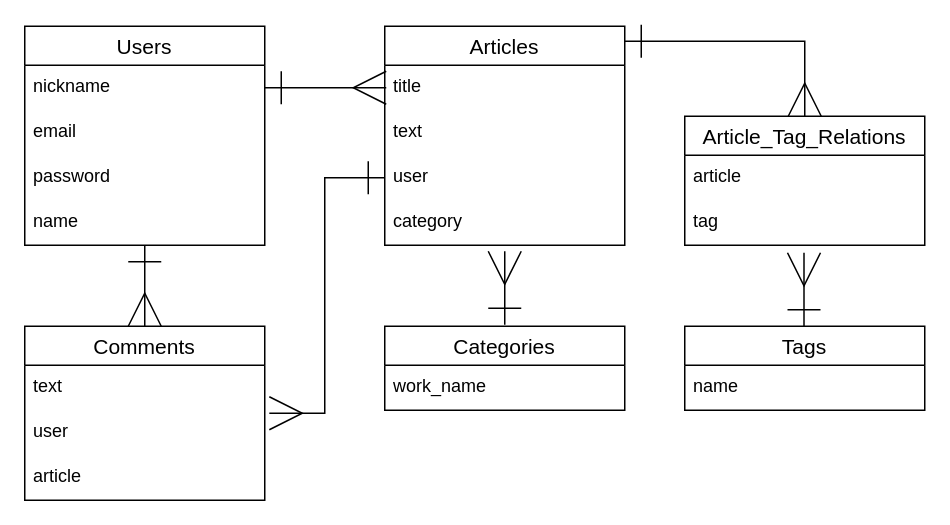
hminegishi/work-improvement keeps this draw.io diagram as ER.dio. Above is the earlier version. Source tidied: cells renumbered, new cells numbered last; positions are measured from the earlier drawing's top-left corner, leaving out a move shared by most shapes. Both pictures are drawn from the tidied source at 150%, with x=0, y=0 at pixel (24, 26).
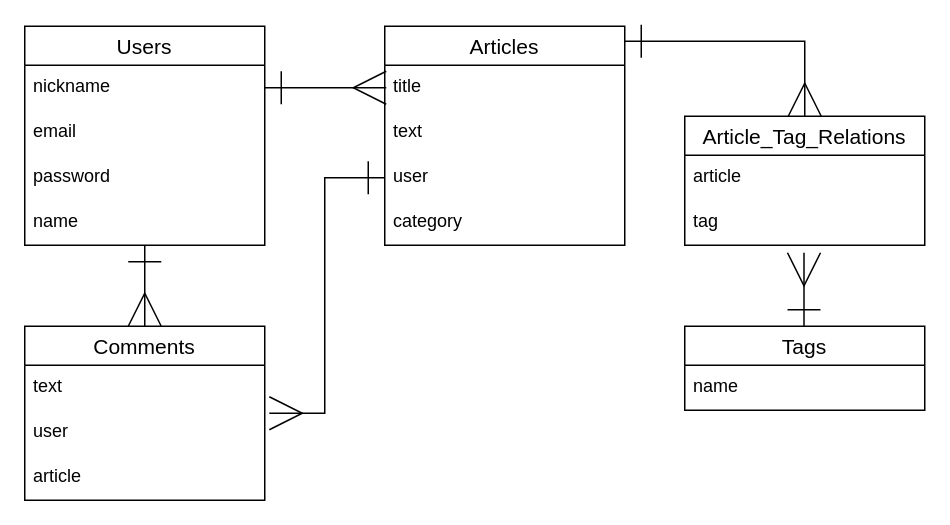
After the change.

What changed in the source:
```diff
@@
-    <mxCell id="19" value="Categories" style="swimlane;fontStyle=0;horizontal=1;startSize=26;align=center;fontSize=14;" parent="1" vertex="1">
-      <mxGeometry x="240" y="200" width="160" height="56" as="geometry" />
-    </mxCell>
-    <mxCell id="20" style="edgeStyle=none;rounded=0;orthogonalLoop=1;jettySize=auto;html=1;startArrow=ERone;startFill=0;endArrow=ERmany;endFill=0;jumpSize=6;endSize=20;startSize=20;" parent="19" edge="1">
-      <mxGeometry relative="1" as="geometry">
-        <mxPoint x="80" y="-1" as="sourcePoint" />
-        <mxPoint x="80" y="-50" as="targetPoint" />
-      </mxGeometry>
-    </mxCell>
-    <mxCell id="21" value="work_name" style="text;strokeColor=none;fillColor=none;spacingLeft=4;spacingRight=4;overflow=hidden;fontSize=12;" parent="19" vertex="1">
-      <mxGeometry y="26" width="160" height="30" as="geometry" />
-    </mxCell>
```
